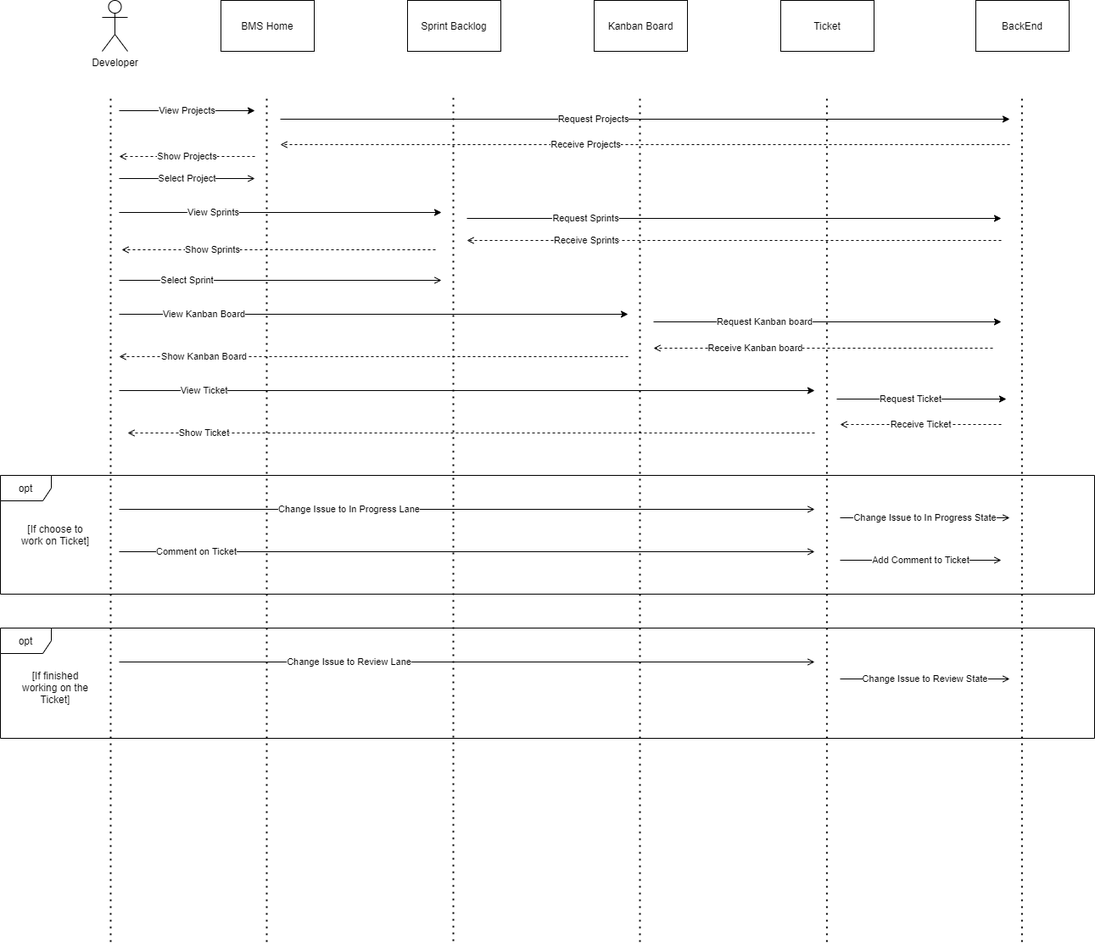
Before: Sequence Diagrams/SequenceBMSDeveloper.png, a diagram exported from draw.io (DiWeera98/IN2900Docs). Source tidied: cells renumbered, new cells last; positions are measured from the earlier drawing's top-left corner, leaving out a move shared by most shapes.
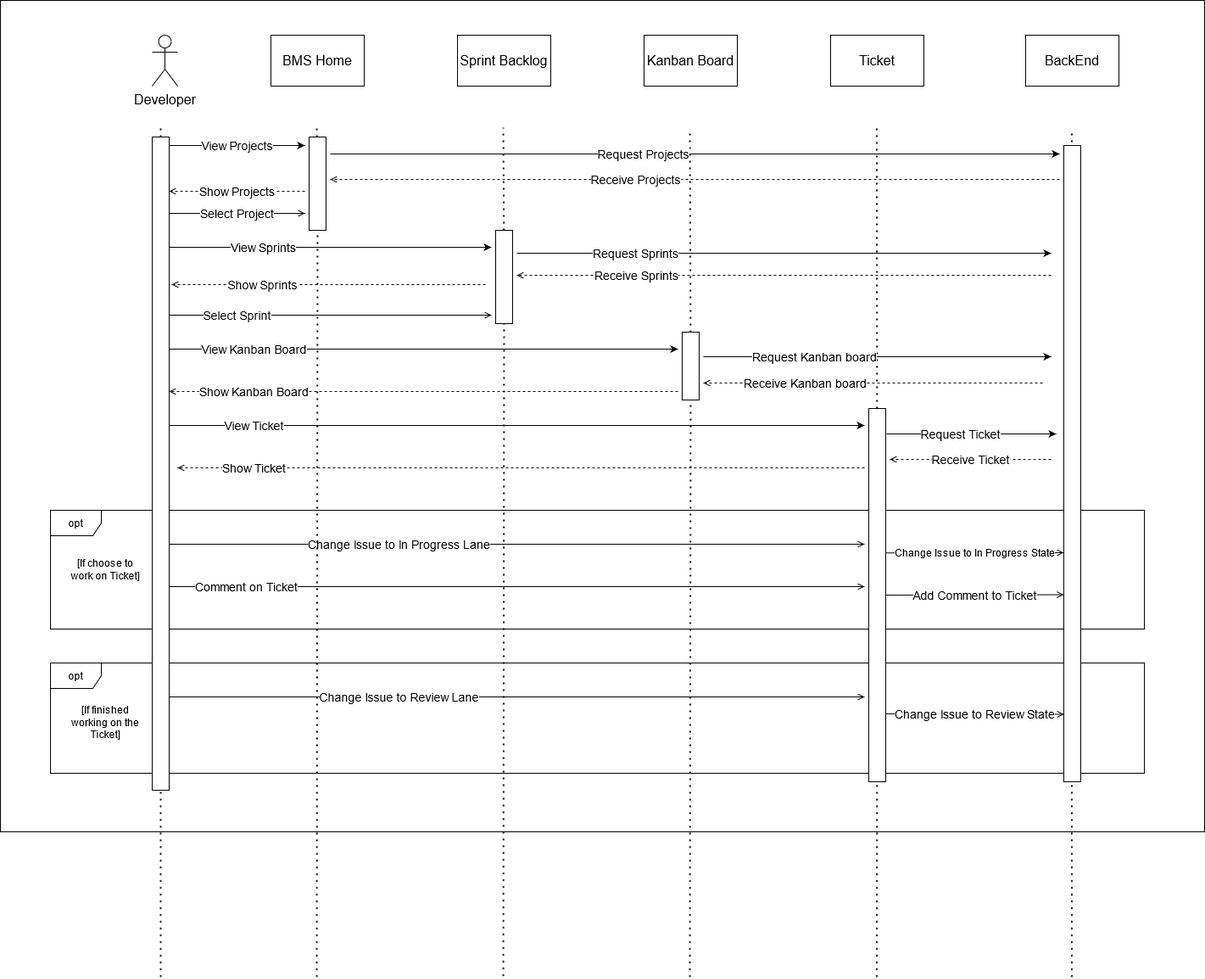
After the change.

What changed in the source:
```diff
@@ -2,140 +2,141 @@
   <root>
     <mxCell id="0" />
     <mxCell id="1" parent="0" />
+    <mxCell id="42" style="rounded=0;whiteSpace=wrap;html=1;fontSize=14;" parent="1" vertex="1">
+      <mxGeometry x="-59" y="-41" width="1420" height="980" as="geometry" />
+    </mxCell>
+    <mxCell id="34" value="opt" style="shape=umlFrame;whiteSpace=wrap;html=1;" parent="1" vertex="1">
+      <mxGeometry y="560" width="1290" height="140" as="geometry" />
+    </mxCell>
-    <mxCell id="2" value="Developer" style="shape=umlActor;verticalLabelPosition=bottom;verticalAlign=top;html=1;" parent="1" vertex="1">
+    <mxCell id="2" value="Developer" style="shape=umlActor;verticalLabelPosition=bottom;verticalAlign=top;html=1;fontSize=16;" parent="1" vertex="1">
       <mxGeometry x="120" width="30" height="60" as="geometry" />
     </mxCell>
-    <mxCell id="3" value="BMS Home" style="rounded=0;whiteSpace=wrap;html=1;" parent="1" vertex="1">
+    <mxCell id="3" value="BMS Home" style="rounded=0;whiteSpace=wrap;html=1;fontSize=16;" parent="1" vertex="1">
       <mxGeometry x="260" width="110" height="60" as="geometry" />
     </mxCell>
-    <mxCell id="4" value="Sprint Backlog" style="rounded=0;whiteSpace=wrap;html=1;" parent="1" vertex="1">
+    <mxCell id="4" value="Sprint Backlog" style="rounded=0;whiteSpace=wrap;html=1;fontSize=16;" parent="1" vertex="1">
       <mxGeometry x="480" width="110" height="60" as="geometry" />
     </mxCell>
-    <mxCell id="5" value="Kanban Board" style="rounded=0;whiteSpace=wrap;html=1;" parent="1" vertex="1">
+    <mxCell id="5" value="Kanban Board" style="rounded=0;whiteSpace=wrap;html=1;fontSize=16;" parent="1" vertex="1">
       <mxGeometry x="700" width="110" height="60" as="geometry" />
     </mxCell>
-    <mxCell id="6" value="Ticket" style="rounded=0;whiteSpace=wrap;html=1;" parent="1" vertex="1">
+    <mxCell id="6" value="Ticket" style="rounded=0;whiteSpace=wrap;html=1;fontSize=16;" parent="1" vertex="1">
       <mxGeometry x="920" width="110" height="60" as="geometry" />
     </mxCell>
-    <mxCell id="7" style="endArrow=none;dashed=1;html=1;dashPattern=1 3;strokeWidth=2;" parent="1" edge="1">
+    <mxCell id="7" style="endArrow=none;dashed=1;html=1;dashPattern=1 3;strokeWidth=2;" parent="1" edge="1" source="43">
       <mxGeometry relative="1" as="geometry">
-        <mxPoint x="130" y="1110" as="sourcePoint" />
         <mxPoint x="130" y="110" as="targetPoint" />
       </mxGeometry>
     </mxCell>
-    <mxCell id="8" style="endArrow=none;dashed=1;html=1;dashPattern=1 3;strokeWidth=2;" parent="1" edge="1">
+    <mxCell id="8" style="endArrow=none;dashed=1;html=1;dashPattern=1 3;strokeWidth=2;" parent="1" edge="1" source="45">
       <mxGeometry relative="1" as="geometry">
-        <mxPoint x="314" y="1110" as="sourcePoint" />
         <mxPoint x="314" y="110" as="targetPoint" />
       </mxGeometry>
     </mxCell>
-    <mxCell id="9" style="endArrow=none;dashed=1;html=1;dashPattern=1 3;strokeWidth=2;" parent="1" edge="1">
+    <mxCell id="9" style="endArrow=none;dashed=1;html=1;dashPattern=1 3;strokeWidth=2;" parent="1" edge="1" source="47">
       <mxGeometry relative="1" as="geometry">
-        <mxPoint x="534" y="1109" as="sourcePoint" />
         <mxPoint x="534" y="109" as="targetPoint" />
       </mxGeometry>
     </mxCell>
-    <mxCell id="10" style="endArrow=none;dashed=1;html=1;dashPattern=1 3;strokeWidth=2;" parent="1" edge="1">
+    <mxCell id="10" style="endArrow=none;dashed=1;html=1;dashPattern=1 3;strokeWidth=2;" parent="1" edge="1" source="49">
       <mxGeometry relative="1" as="geometry">
-        <mxPoint x="754" y="1110" as="sourcePoint" />
         <mxPoint x="754" y="110" as="targetPoint" />
       </mxGeometry>
     </mxCell>
-    <mxCell id="11" style="endArrow=none;dashed=1;html=1;dashPattern=1 3;strokeWidth=2;" parent="1" edge="1">
+    <mxCell id="11" style="endArrow=none;dashed=1;html=1;dashPattern=1 3;strokeWidth=2;" parent="1" edge="1" source="51">
       <mxGeometry relative="1" as="geometry">
-        <mxPoint x="974.4" y="1110" as="sourcePoint" />
         <mxPoint x="974.4" y="110" as="targetPoint" />
       </mxGeometry>
     </mxCell>
-    <mxCell id="12" value="View Projects" style="endArrow=classic;html=1;" parent="1" edge="1">
+    <mxCell id="12" value="View Projects" style="endArrow=classic;html=1;fontSize=14;" parent="1" edge="1">
       <mxGeometry relative="1" as="geometry">
         <mxPoint x="140" y="130" as="sourcePoint" />
         <mxPoint x="300" y="130" as="targetPoint" />
       </mxGeometry>
     </mxCell>
-    <mxCell id="13" value="Request Projects" style="endArrow=classic;html=1;" parent="1" edge="1">
+    <mxCell id="13" value="Request Projects" style="endArrow=classic;html=1;fontSize=14;" parent="1" edge="1">
       <mxGeometry x="-0.14" relative="1" as="geometry">
         <mxPoint x="330" y="140" as="sourcePoint" />
         <mxPoint x="1190" y="140" as="targetPoint" />
       </mxGeometry>
     </mxCell>
-    <mxCell id="14" value="Receive Projects" style="endArrow=open;html=1;dashed=1;endFill=0;" parent="1" edge="1">
+    <mxCell id="14" value="Receive Projects" style="endArrow=open;html=1;dashed=1;endFill=0;fontSize=14;" parent="1" edge="1">
       <mxGeometry x="0.16" relative="1" as="geometry">
         <mxPoint x="1190" y="170" as="sourcePoint" />
         <mxPoint x="330" y="170" as="targetPoint" />
       </mxGeometry>
     </mxCell>
-    <mxCell id="15" value="Show Projects" style="endArrow=open;html=1;dashed=1;endFill=0;" parent="1" edge="1">
+    <mxCell id="15" value="Show Projects" style="endArrow=open;html=1;dashed=1;endFill=0;fontSize=14;" parent="1" edge="1">
       <mxGeometry relative="1" as="geometry">
         <mxPoint x="300" y="184" as="sourcePoint" />
         <mxPoint x="140" y="184" as="targetPoint" />
       </mxGeometry>
     </mxCell>
-    <mxCell id="16" value="Select Project" style="endArrow=open;html=1;endFill=0;" parent="1" edge="1">
+    <mxCell id="16" value="Select Project" style="endArrow=open;html=1;endFill=0;fontSize=14;" parent="1" edge="1">
       <mxGeometry relative="1" as="geometry">
         <mxPoint x="140" y="210" as="sourcePoint" />
         <mxPoint x="300" y="210" as="targetPoint" />
       </mxGeometry>
     </mxCell>
-    <mxCell id="17" value="View Sprints" style="endArrow=classic;html=1;" parent="1" edge="1">
+    <mxCell id="17" value="View Sprints" style="endArrow=classic;html=1;fontSize=14;" parent="1" edge="1">
       <mxGeometry x="-0.42" relative="1" as="geometry">
         <mxPoint x="140" y="250" as="sourcePoint" />
         <mxPoint x="520" y="250" as="targetPoint" />
         <mxPoint x="1" as="offset" />
       </mxGeometry>
     </mxCell>
-    <mxCell id="18" value="Request Sprints" style="endArrow=classic;html=1;" parent="1" edge="1">
+    <mxCell id="18" value="Request Sprints" style="endArrow=classic;html=1;fontSize=14;" parent="1" edge="1">
       <mxGeometry x="-0.56" relative="1" as="geometry">
         <mxPoint x="550" y="257" as="sourcePoint" />
         <mxPoint x="1180" y="257" as="targetPoint" />
       </mxGeometry>
     </mxCell>
-    <mxCell id="19" value="Receive Sprints" style="endArrow=open;html=1;dashed=1;endFill=0;" parent="1" edge="1">
+    <mxCell id="19" value="Receive Sprints" style="endArrow=open;html=1;dashed=1;endFill=0;fontSize=14;" parent="1" edge="1">
       <mxGeometry x="0.56" relative="1" as="geometry">
         <mxPoint x="1180" y="283" as="sourcePoint" />
         <mxPoint x="550" y="283" as="targetPoint" />
         <mxPoint x="1" as="offset" />
       </mxGeometry>
     </mxCell>
-    <mxCell id="20" value="Show Sprints" style="endArrow=open;html=1;dashed=1;endFill=0;" parent="1" edge="1">
+    <mxCell id="20" value="Show Sprints" style="endArrow=open;html=1;dashed=1;endFill=0;fontSize=14;" parent="1" edge="1">
       <mxGeometry x="0.41" relative="1" as="geometry">
         <mxPoint x="513" y="294" as="sourcePoint" />
         <mxPoint x="143" y="294" as="targetPoint" />
         <mxPoint x="-1" as="offset" />
       </mxGeometry>
     </mxCell>
-    <mxCell id="21" value="Select Sprint" style="endArrow=open;html=1;endFill=0;" parent="1" edge="1">
+    <mxCell id="21" value="Select Sprint" style="endArrow=open;html=1;endFill=0;fontSize=14;" parent="1" edge="1">
       <mxGeometry x="-0.58" relative="1" as="geometry">
         <mxPoint x="140" y="330" as="sourcePoint" />
         <mxPoint x="520" y="330" as="targetPoint" />
       </mxGeometry>
     </mxCell>
-    <mxCell id="22" value="View Kanban Board" style="endArrow=classic;html=1;" parent="1" edge="1">
+    <mxCell id="22" value="View Kanban Board" style="endArrow=classic;html=1;fontSize=14;" parent="1" edge="1">
       <mxGeometry x="-0.67" relative="1" as="geometry">
         <mxPoint x="140" y="370" as="sourcePoint" />
         <mxPoint x="740" y="370" as="targetPoint" />
       </mxGeometry>
     </mxCell>
-    <mxCell id="23" value="Request Kanban board" style="endArrow=classic;html=1;" parent="1" edge="1">
+    <mxCell id="23" value="Request Kanban board" style="endArrow=classic;html=1;fontSize=14;" parent="1" edge="1">
       <mxGeometry x="-0.37" relative="1" as="geometry">
         <mxPoint x="770" y="379" as="sourcePoint" />
         <mxPoint x="1180" y="379" as="targetPoint" />
         <mxPoint x="1" as="offset" />
       </mxGeometry>
     </mxCell>
-    <mxCell id="24" value="Receive Kanban board" style="endArrow=open;html=1;dashed=1;endFill=0;" parent="1" edge="1">
+    <mxCell id="24" value="Receive Kanban board" style="endArrow=open;html=1;dashed=1;endFill=0;fontSize=14;" parent="1" edge="1">
       <mxGeometry x="0.4" relative="1" as="geometry">
         <mxPoint x="1170" y="410" as="sourcePoint" />
         <mxPoint x="770" y="410" as="targetPoint" />
       </mxGeometry>
     </mxCell>
-    <mxCell id="25" value="Show Kanban Board" style="endArrow=open;html=1;dashed=1;endFill=0;" parent="1" edge="1">
+    <mxCell id="25" value="Show Kanban Board" style="endArrow=open;html=1;dashed=1;endFill=0;fontSize=14;" parent="1" edge="1">
       <mxGeometry x="0.67" relative="1" as="geometry">
         <mxPoint x="740" y="420" as="sourcePoint" />
         <mxPoint x="140" y="420" as="targetPoint" />
       </mxGeometry>
     </mxCell>
-    <mxCell id="26" value="BackEnd" style="rounded=0;whiteSpace=wrap;html=1;" parent="1" vertex="1">
+    <mxCell id="26" value="BackEnd" style="rounded=0;whiteSpace=wrap;html=1;fontSize=16;" parent="1" vertex="1">
       <mxGeometry x="1150" width="110" height="60" as="geometry" />
     </mxCell>
     <mxCell id="27" style="endArrow=none;dashed=1;html=1;dashPattern=1 3;strokeWidth=2;" parent="1" edge="1">
@@ -144,62 +145,53 @@
         <mxPoint x="1204.4" y="110" as="targetPoint" />
       </mxGeometry>
     </mxCell>
-    <mxCell id="28" value="View Ticket" style="endArrow=classic;html=1;" parent="1" edge="1">
+    <mxCell id="28" value="View Ticket" style="endArrow=classic;html=1;fontSize=14;" parent="1" edge="1">
       <mxGeometry x="-0.76" relative="1" as="geometry">
         <mxPoint x="140" y="460" as="sourcePoint" />
         <mxPoint x="960" y="460" as="targetPoint" />
       </mxGeometry>
     </mxCell>
-    <mxCell id="29" value="Request Ticket" style="endArrow=classic;html=1;" parent="1" edge="1">
+    <mxCell id="29" value="Request Ticket" style="endArrow=classic;html=1;fontSize=14;" parent="1" edge="1">
       <mxGeometry x="-0.12" relative="1" as="geometry">
         <mxPoint x="986" y="470" as="sourcePoint" />
         <mxPoint x="1186" y="470" as="targetPoint" />
         <mxPoint x="-1" as="offset" />
       </mxGeometry>
     </mxCell>
-    <mxCell id="30" value="Receive Ticket" style="endArrow=open;html=1;dashed=1;endFill=0;" parent="1" edge="1">
+    <mxCell id="30" value="Receive Ticket" style="endArrow=open;html=1;dashed=1;endFill=0;fontSize=14;" parent="1" edge="1">
       <mxGeometry relative="1" as="geometry">
         <mxPoint x="1180" y="500" as="sourcePoint" />
         <mxPoint x="990" y="500" as="targetPoint" />
       </mxGeometry>
     </mxCell>
-    <mxCell id="31" value="Show Ticket" style="endArrow=open;html=1;dashed=1;endFill=0;" parent="1" edge="1">
+    <mxCell id="31" value="Show Ticket" style="endArrow=open;html=1;dashed=1;endFill=0;fontSize=14;" parent="1" edge="1">
       <mxGeometry x="0.78" relative="1" as="geometry">
         <mxPoint x="960" y="510" as="sourcePoint" />
         <mxPoint x="150" y="510" as="targetPoint" />
       </mxGeometry>
     </mxCell>
-    <mxCell id="32" value="Comment on Ticket" style="endArrow=open;html=1;endFill=0;" parent="1" edge="1">
+    <mxCell id="32" value="Comment on Ticket" style="endArrow=open;html=1;endFill=0;fontSize=14;" parent="1" edge="1">
       <mxGeometry x="-0.78" relative="1" as="geometry">
         <mxPoint x="140" y="650" as="sourcePoint" />
         <mxPoint x="960" y="650" as="targetPoint" />
         <mxPoint x="1" as="offset" />
       </mxGeometry>
     </mxCell>
-    <mxCell id="33" value="Add Comment to Ticket" style="endArrow=open;html=1;endFill=0;" parent="1" edge="1">
-      <mxGeometry relative="1" as="geometry">
-        <mxPoint x="990" y="660" as="sourcePoint" />
-        <mxPoint x="1180" y="660" as="targetPoint" />
-      </mxGeometry>
+    <mxCell id="33" value="Add Comment to Ticket" style="endArrow=open;html=1;endFill=0;fontSize=14;entryX=-0.006;entryY=0.706;entryDx=0;entryDy=0;entryPerimeter=0;exitX=1;exitY=0.5;exitDx=0;exitDy=0;" parent="1" edge="1" source="51" target="53">
+      <mxGeometry relative="1" as="geometry" />
     </mxCell>
-    <mxCell id="34" value="opt" style="shape=umlFrame;whiteSpace=wrap;html=1;" parent="1" vertex="1">
-      <mxGeometry y="560" width="1290" height="140" as="geometry" />
-    </mxCell>
     <mxCell id="35" value="[If choose to work on Ticket]" style="text;html=1;strokeColor=none;fillColor=none;align=center;verticalAlign=middle;whiteSpace=wrap;rounded=0;" parent="1" vertex="1">
       <mxGeometry x="20" y="620" width="90" height="20" as="geometry" />
     </mxCell>
-    <mxCell id="36" value="Change Issue to In Progress Lane" style="endArrow=open;html=1;endFill=0;" parent="1" edge="1">
+    <mxCell id="36" value="Change Issue to In Progress Lane" style="endArrow=open;html=1;endFill=0;fontSize=14;" parent="1" edge="1">
       <mxGeometry x="-0.34" relative="1" as="geometry">
         <mxPoint x="140" y="600" as="sourcePoint" />
         <mxPoint x="960" y="600" as="targetPoint" />
         <mxPoint x="1" as="offset" />
       </mxGeometry>
     </mxCell>
-    <mxCell id="37" value="Change Issue to In Progress State" style="endArrow=open;html=1;endFill=0;" parent="1" edge="1">
-      <mxGeometry relative="1" as="geometry">
-        <mxPoint x="990" y="610" as="sourcePoint" />
-        <mxPoint x="1190" y="610" as="targetPoint" />
-      </mxGeometry>
+    <mxCell id="37" value="Change Issue to In Progress State" style="endArrow=open;html=1;endFill=0;fontSize=12;entryX=-0.006;entryY=0.64;entryDx=0;entryDy=0;entryPerimeter=0;exitX=1.01;exitY=0.387;exitDx=0;exitDy=0;exitPerimeter=0;" parent="1" edge="1" source="51" target="53">
+      <mxGeometry relative="1" as="geometry" />
     </mxCell>
     <mxCell id="38" value="opt" style="shape=umlFrame;whiteSpace=wrap;html=1;" parent="1" vertex="1">
       <mxGeometry y="740" width="1290" height="130" as="geometry" />
@@ -207,18 +199,58 @@
     <mxCell id="39" value="[If finished working on the Ticket]" style="text;html=1;strokeColor=none;fillColor=none;align=center;verticalAlign=middle;whiteSpace=wrap;rounded=0;" parent="1" vertex="1">
       <mxGeometry x="20" y="800" width="90" height="20" as="geometry" />
     </mxCell>
-    <mxCell id="40" value="Change Issue to Review Lane" style="endArrow=open;html=1;endFill=0;" parent="1" edge="1">
+    <mxCell id="40" value="Change Issue to Review Lane" style="endArrow=open;html=1;endFill=0;fontSize=14;" parent="1" edge="1">
       <mxGeometry x="-0.34" relative="1" as="geometry">
         <mxPoint x="140" y="780" as="sourcePoint" />
         <mxPoint x="960" y="780" as="targetPoint" />
         <mxPoint x="1" as="offset" />
       </mxGeometry>
     </mxCell>
-    <mxCell id="41" value="Change Issue to Review State" style="endArrow=open;html=1;endFill=0;" parent="1" edge="1">
-      <mxGeometry relative="1" as="geometry">
-        <mxPoint x="990" y="800" as="sourcePoint" />
-        <mxPoint x="1190" y="800" as="targetPoint" />
-      </mxGeometry>
+    <mxCell id="41" value="Change Issue to Review State" style="endArrow=open;html=1;endFill=0;fontSize=14;entryX=0.01;entryY=0.894;entryDx=0;entryDy=0;entryPerimeter=0;exitX=1.014;exitY=0.818;exitDx=0;exitDy=0;exitPerimeter=0;" parent="1" edge="1" source="51" target="53">
+      <mxGeometry relative="1" as="geometry" />
     </mxCell>
+    <mxCell id="43" style="rounded=0;whiteSpace=wrap;html=1;" parent="1" vertex="1">
+      <mxGeometry x="120" y="120" width="20" height="770" as="geometry" />
+    </mxCell>
+    <mxCell id="44" style="endArrow=none;dashed=1;html=1;dashPattern=1 3;strokeWidth=2;" parent="1" edge="1" target="43">
+      <mxGeometry relative="1" as="geometry">
+        <mxPoint x="130" y="1110" as="sourcePoint" />
+      </mxGeometry>
+    </mxCell>
+    <mxCell id="45" style="rounded=0;whiteSpace=wrap;html=1;" parent="1" vertex="1">
+      <mxGeometry x="305" y="120" width="20" height="110" as="geometry" />
+    </mxCell>
+    <mxCell id="46" style="endArrow=none;dashed=1;html=1;dashPattern=1 3;strokeWidth=2;" parent="1" edge="1" target="45">
+      <mxGeometry relative="1" as="geometry">
+        <mxPoint x="314" y="1110" as="sourcePoint" />
+      </mxGeometry>
+    </mxCell>
+    <mxCell id="47" style="rounded=0;whiteSpace=wrap;html=1;" parent="1" vertex="1">
+      <mxGeometry x="525" y="230" width="20" height="110" as="geometry" />
+    </mxCell>
+    <mxCell id="48" style="endArrow=none;dashed=1;html=1;dashPattern=1 3;strokeWidth=2;" parent="1" edge="1" target="47">
+      <mxGeometry relative="1" as="geometry">
+        <mxPoint x="534" y="1109" as="sourcePoint" />
+      </mxGeometry>
+    </mxCell>
+    <mxCell id="49" style="rounded=0;whiteSpace=wrap;html=1;" parent="1" vertex="1">
+      <mxGeometry x="745" y="350" width="20" height="80" as="geometry" />
+    </mxCell>
+    <mxCell id="50" style="endArrow=none;dashed=1;html=1;dashPattern=1 3;strokeWidth=2;" parent="1" edge="1" target="49">
+      <mxGeometry relative="1" as="geometry">
+        <mxPoint x="754" y="1110" as="sourcePoint" />
+      </mxGeometry>
+    </mxCell>
+    <mxCell id="51" style="rounded=0;whiteSpace=wrap;html=1;" parent="1" vertex="1">
+      <mxGeometry x="965" y="440" width="20" height="440" as="geometry" />
+    </mxCell>
+    <mxCell id="52" style="endArrow=none;dashed=1;html=1;dashPattern=1 3;strokeWidth=2;" parent="1" edge="1" target="51">
+      <mxGeometry relative="1" as="geometry">
+        <mxPoint x="974.4" y="1110" as="sourcePoint" />
+      </mxGeometry>
+    </mxCell>
+    <mxCell id="53" style="rounded=0;whiteSpace=wrap;html=1;" parent="1" vertex="1">
+      <mxGeometry x="1195" y="130" width="20" height="750" as="geometry" />
+    </mxCell>
   </root>
 </mxGraphModel>
```
